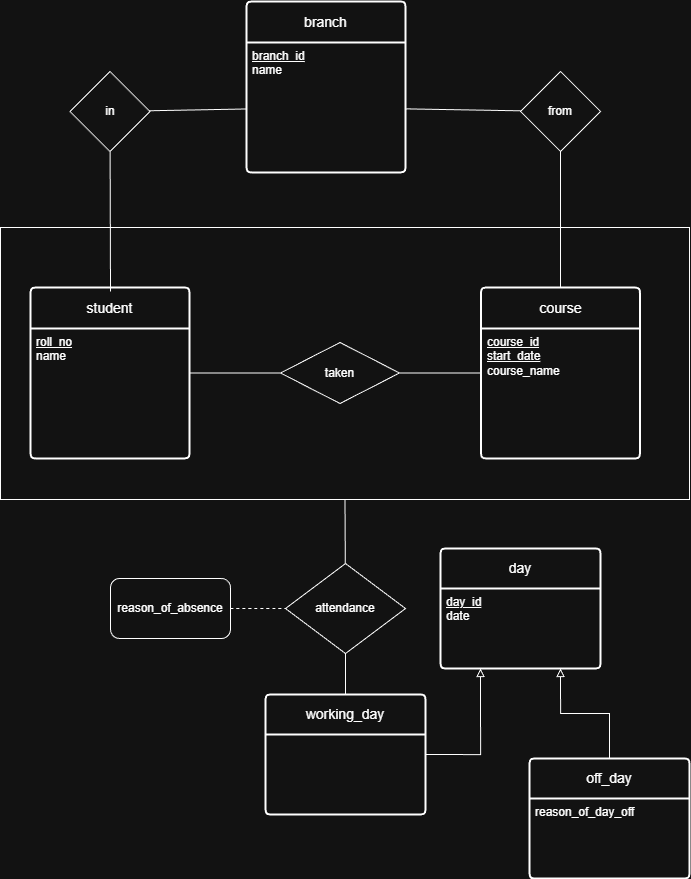
Before: ERDiagram.png, a diagram exported from draw.io (vanshpal122/Student-Attendance-Management-System). Source tidied: cells renumbered, new cells last; positions are measured from the earlier drawing's top-left corner, leaving out a move shared by most shapes.
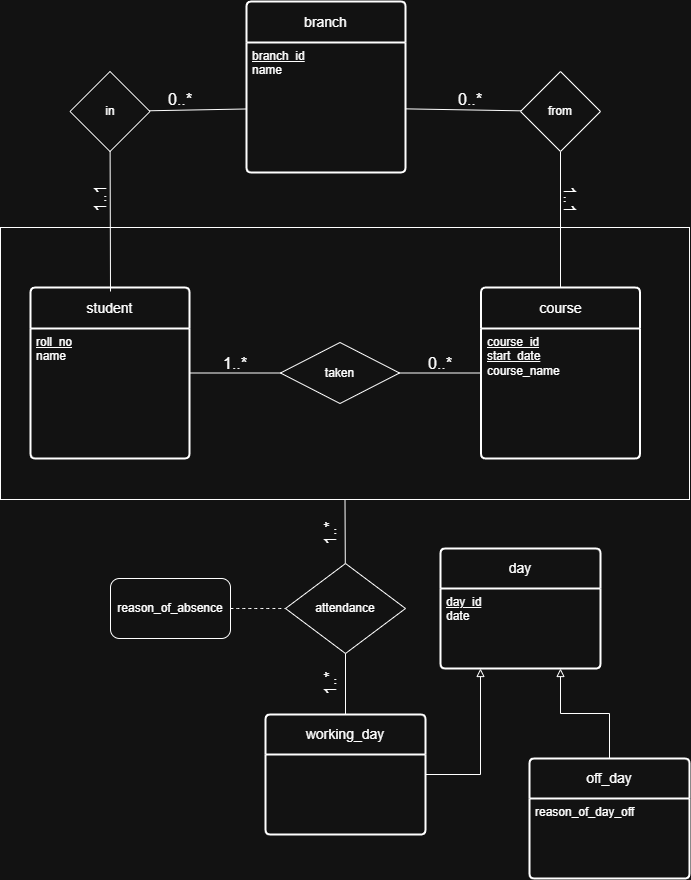
After the commit.

Commit message:
ER Diagram With Mapping Cardinality

What changed in the source:
```diff
@@ -42,7 +42,7 @@
       <mxGeometry relative="1" as="geometry" />
     </mxCell>
     <mxCell id="15" value="working_day" style="swimlane;horizontal=1;startSize=40;rounded=1;fontSize=14;fontStyle=0;strokeWidth=2;shadow=0;dashed=0;align=center;arcSize=4;whiteSpace=wrap;html=1;" parent="1" vertex="1">
-      <mxGeometry x="265" y="693" width="160" height="120" as="geometry" />
+      <mxGeometry x="265" y="713" width="160" height="120" as="geometry" />
     </mxCell>
     <mxCell id="16" style="edgeStyle=orthogonalEdgeStyle;rounded=0;jettySize=auto;html=1;entryX=0.75;entryY=1;entryDx=0;entryDy=0;endArrow=block;endFill=0;" parent="1" edge="1" source="17" target="13">
       <mxGeometry relative="1" as="geometry" />
@@ -94,5 +94,29 @@
     <mxCell id="31" value="reason_of_absence" style="rounded=1;whiteSpace=wrap;html=1;" parent="1" vertex="1">
       <mxGeometry x="110" y="577" width="120" height="60" as="geometry" />
     </mxCell>
+    <mxCell id="32" value="1..1" style="text;html=1;whiteSpace=wrap;strokeColor=none;fillColor=none;align=center;verticalAlign=middle;rounded=0;fontSize=16;rotation=90;" parent="1" vertex="1">
+      <mxGeometry x="540" y="183" width="60" height="30" as="geometry" />
+    </mxCell>
+    <mxCell id="33" value="0..*" style="text;html=1;whiteSpace=wrap;strokeColor=none;fillColor=none;align=center;verticalAlign=middle;rounded=0;fontSize=16;rotation=0;" parent="1" vertex="1">
+      <mxGeometry x="440" y="83" width="60" height="30" as="geometry" />
+    </mxCell>
+    <mxCell id="34" value="0..*" style="text;html=1;whiteSpace=wrap;strokeColor=none;fillColor=none;align=center;verticalAlign=middle;rounded=0;fontSize=16;rotation=0;" parent="1" vertex="1">
+      <mxGeometry x="149.5" y="83" width="60" height="30" as="geometry" />
+    </mxCell>
+    <mxCell id="35" value="1..1" style="text;html=1;whiteSpace=wrap;strokeColor=none;fillColor=none;align=center;verticalAlign=middle;rounded=0;fontSize=16;rotation=-90;" parent="1" vertex="1">
+      <mxGeometry x="69.5" y="183" width="60" height="30" as="geometry" />
+    </mxCell>
+    <mxCell id="36" value="1..*" style="text;html=1;whiteSpace=wrap;strokeColor=none;fillColor=none;align=center;verticalAlign=middle;rounded=0;fontSize=16;rotation=0;" parent="1" vertex="1">
+      <mxGeometry x="205" y="347" width="60" height="30" as="geometry" />
+    </mxCell>
+    <mxCell id="37" value="0..*" style="text;html=1;whiteSpace=wrap;strokeColor=none;fillColor=none;align=center;verticalAlign=middle;rounded=0;fontSize=16;rotation=0;" parent="1" vertex="1">
+      <mxGeometry x="409.5" y="347" width="60" height="30" as="geometry" />
+    </mxCell>
+    <mxCell id="38" value="1..*" style="text;html=1;whiteSpace=wrap;strokeColor=none;fillColor=none;align=center;verticalAlign=middle;rounded=0;fontSize=16;rotation=-90;" parent="1" vertex="1">
+      <mxGeometry x="300" y="517" width="60" height="30" as="geometry" />
+    </mxCell>
+    <mxCell id="39" value="1..*" style="text;html=1;whiteSpace=wrap;strokeColor=none;fillColor=none;align=center;verticalAlign=middle;rounded=0;fontSize=16;rotation=-90;" parent="1" vertex="1">
+      <mxGeometry x="300" y="667" width="60" height="30" as="geometry" />
+    </mxCell>
   </root>
 </mxGraphModel>
```
